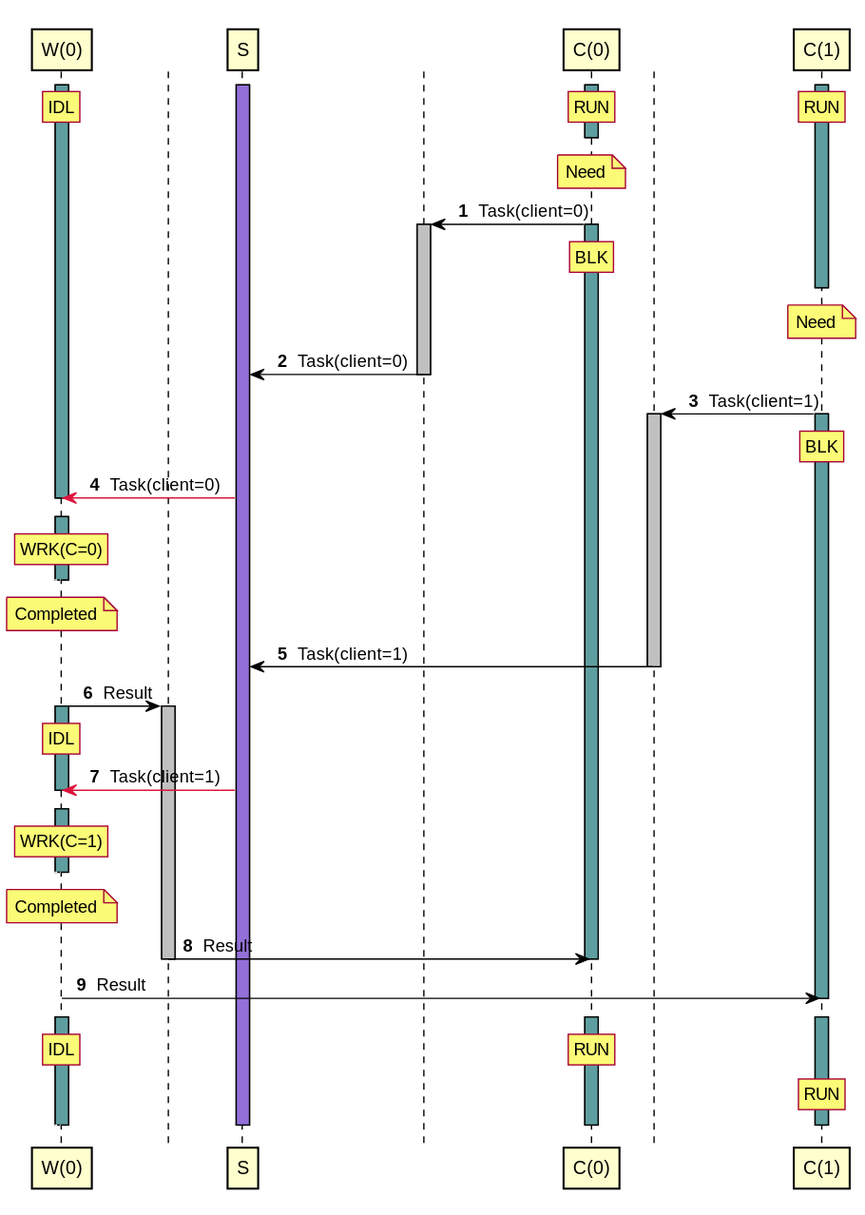
orenbenkiki/total-space keeps this PlantUML diagram as tests/expected/example_simple/test_2_1_sequence.svg. Above is the earlier version.
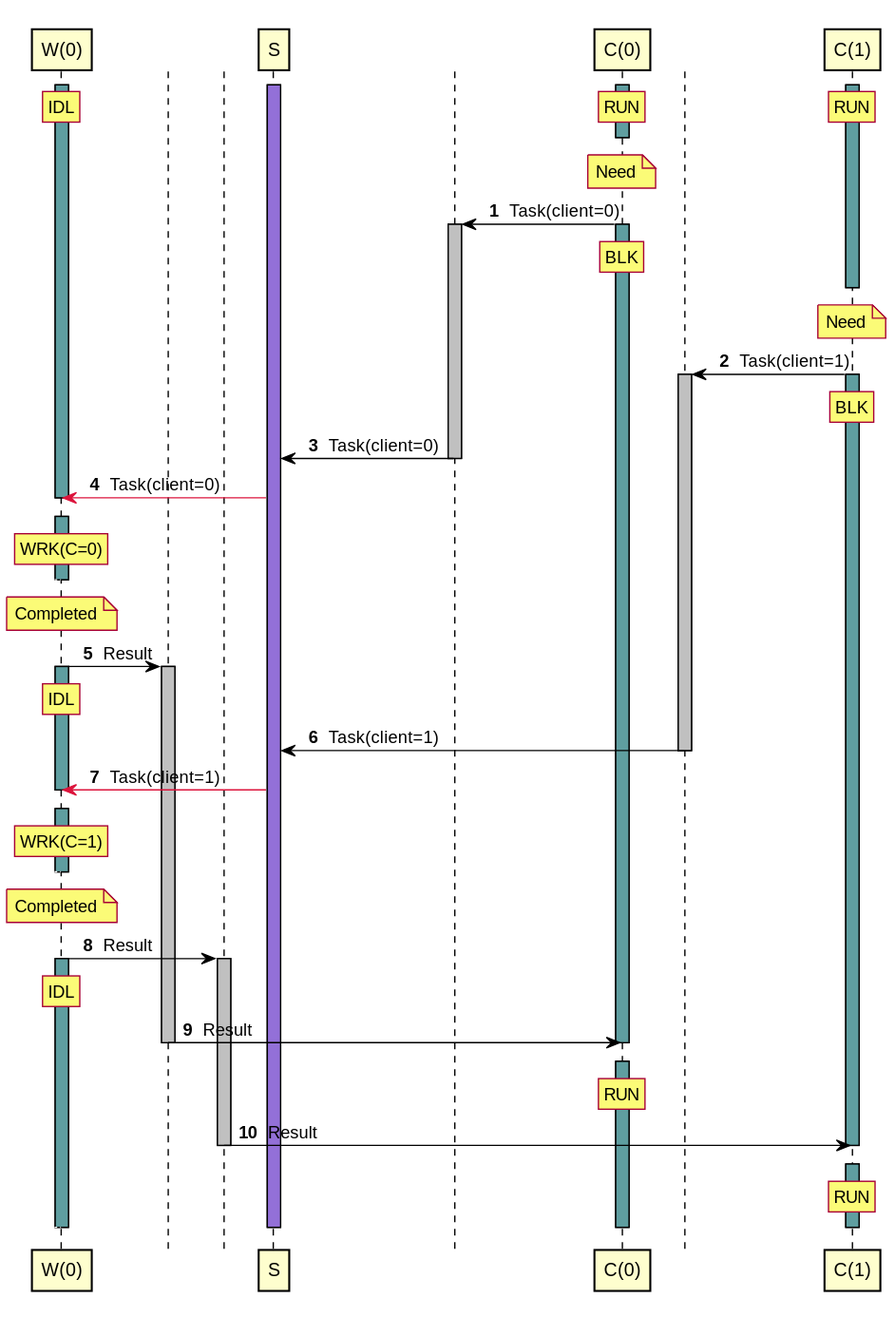
Later version of the same file.

Diff of the diagram source:
```diff
@@ -36,13 +36,13 @@
 autonumber resume
 deactivate A3
 note over A3 : Need
-T0 -> A1 : Task(client=0)
-deactivate T0
 control " " as T1 order 220399
 A3 -> T1 : Task(client=1)
 activate T1 #Silver
 activate A3 #CadetBlue
 rnote over A3 : BLK
+T0 -> A1 : Task(client=0)
+deactivate T0
 A1 -[#Crimson]> A0 : Task(client=0)
 deactivate A0
 autonumber stop
@@ -55,13 +55,13 @@
 autonumber resume
 deactivate A0
 note over A0 : Completed
-T1 -> A1 : Task(client=1)
-deactivate T1
 control " " as T2 order 10101
 A0 -> T2 : Result
 activate T2 #Silver
 activate A0 #CadetBlue
 rnote over A0 : IDL
+T1 -> A1 : Task(client=1)
+deactivate T1
 A1 -[#Crimson]> A0 : Task(client=1)
 deactivate A0
 autonumber stop
@@ -74,18 +74,25 @@
 autonumber resume
 deactivate A0
 note over A0 : Completed
+control " " as T3 order 10102
+A0 -> T3 : Result
+activate T3 #Silver
+activate A0 #CadetBlue
+rnote over A0 : IDL
 T2 -> A2 : Result
 deactivate T2
 deactivate A2
-A0 -> A3 : Result
+autonumber stop
+[<[#White]-- A0
+autonumber resume
+activate A2 #CadetBlue
+rnote over A2 : RUN
+T3 -> A3 : Result
+deactivate T3
 deactivate A3
 autonumber stop
 [<[#White]-- A0
 autonumber resume
-activate A0 #CadetBlue
-activate A2 #CadetBlue
-rnote over A0 : IDL
-/ rnote over A2 : RUN
 activate A3 #CadetBlue
 rnote over A3 : RUN
 autonumber stop
```
